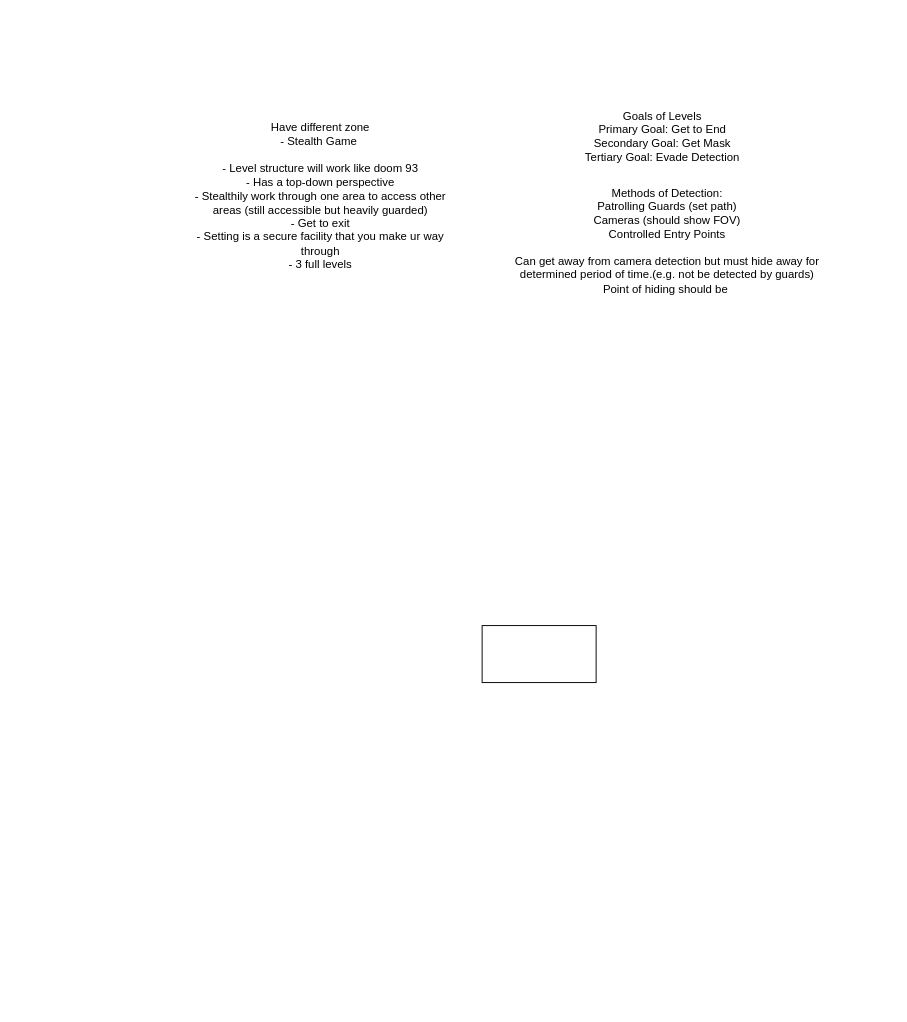
Before: Comp Diagram.drawio in TheTagRapper/GGGJ-26-tagrap, a draw.io diagram. Source tidied: cells renumbered, new cells numbered last; positions are measured from the earlier drawing's top-left corner, leaving out a move shared by most shapes. Both pictures are drawn from the tidied source at 95%, with x=0, y=0 at pixel (187, 84).
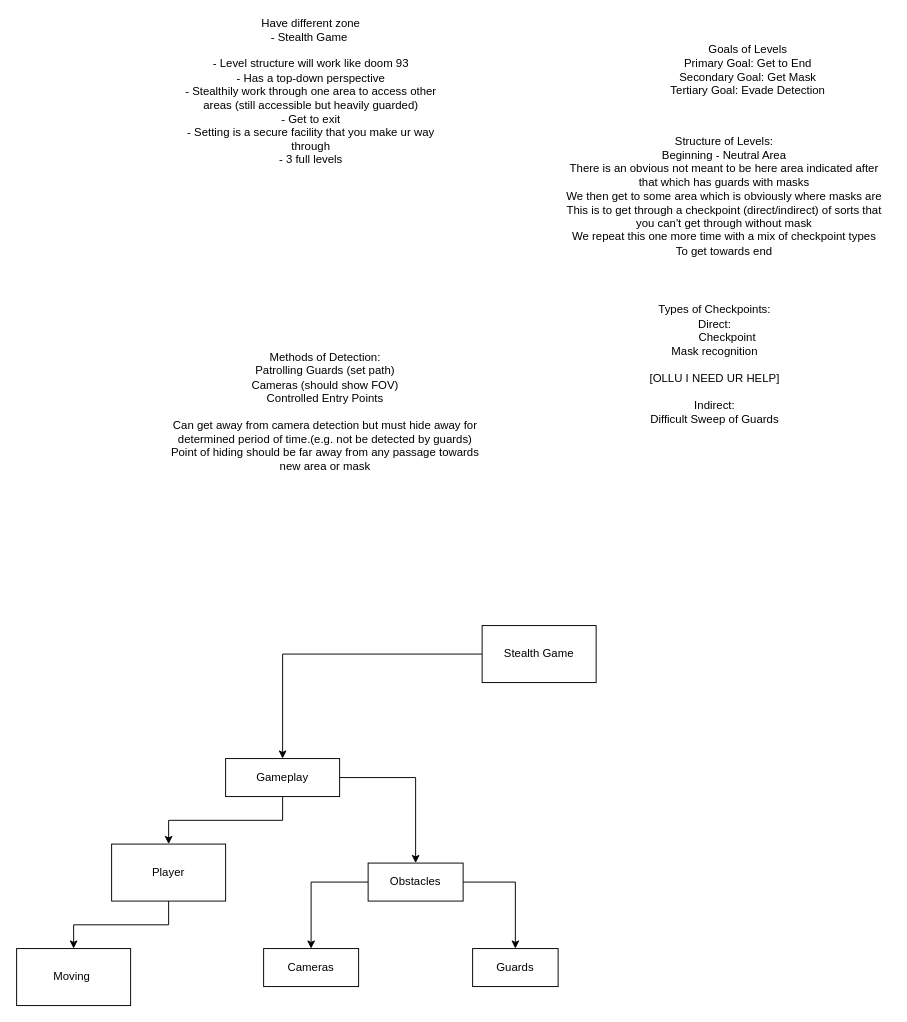
The same diagram, later.

Commit message:
Started Decomp Diagram

What changed in the source:
```diff
@@
 <mxGraphModel>
   <root>
     <mxCell id="0" />
     <mxCell id="1" parent="0" />
+    <mxCell id="6" style="edgeStyle=orthogonalEdgeStyle;rounded=0;jettySize=auto;html=1;" parent="1" edge="1" source="2" target="11">
+      <mxGeometry relative="1" as="geometry" />
+    </mxCell>
-    <mxCell id="2" style="rounded=0;whiteSpace=wrap;html=1;" parent="1" vertex="1">
+    <mxCell id="2" value="Stealth Game" style="rounded=0;whiteSpace=wrap;html=1;" parent="1" vertex="1">
       <mxGeometry x="310" y="570" width="120" height="60" as="geometry" />
     </mxCell>
     <mxCell id="3" value="&lt;div&gt;Have different zone&lt;/div&gt;&lt;div&gt;- Stealth Game&amp;nbsp;&lt;/div&gt;&lt;div&gt;&lt;br&gt;&lt;/div&gt;&lt;div&gt;- Level structure will work like doom 93&lt;/div&gt;&lt;div&gt;- Has a top-down perspective&lt;/div&gt;&lt;div&gt;- Stealthily work through one area to access other areas (still accessible but heavily guarded)&lt;/div&gt;&lt;div&gt;- Get to exit&lt;/div&gt;&lt;div&gt;- Setting is a secure facility that you make ur way through&lt;/div&gt;&lt;div&gt;- 3 full levels&lt;/div&gt;&lt;div&gt;&lt;br&gt;&lt;/div&gt;" style="text;html=1;whiteSpace=wrap;strokeColor=none;fillColor=none;align=center;verticalAlign=middle;rounded=0;" parent="1" vertex="1">
-      <mxGeometry y="40" width="280" height="170" as="geometry" />
+      <mxGeometry x="-10" y="-70" width="280" height="170" as="geometry" />
     </mxCell>
     <mxCell id="4" value="&lt;div&gt;Goals of Levels&lt;/div&gt;&lt;div&gt;Primary Goal: Get to End&lt;/div&gt;&lt;div&gt;Secondary Goal: Get Mask&lt;/div&gt;&lt;div&gt;Tertiary Goal: Evade Detection&lt;/div&gt;" style="text;html=1;whiteSpace=wrap;strokeColor=none;fillColor=none;align=center;verticalAlign=middle;rounded=0;" parent="1" vertex="1">
-      <mxGeometry x="380" width="240" height="110" as="geometry" />
+      <mxGeometry x="470" y="-70" width="240" height="110" as="geometry" />
     </mxCell>
-    <mxCell id="5" value="&lt;div&gt;Methods of Detection:&lt;/div&gt;&lt;div&gt;Patrolling Guards (set path)&lt;/div&gt;&lt;div&gt;Cameras (should show FOV)&lt;/div&gt;&lt;div&gt;Controlled Entry Points&lt;/div&gt;&lt;div&gt;&lt;br&gt;&lt;/div&gt;&lt;div&gt;Can get away from camera detection but must hide away for determined period of time.(e.g. not be detected by guards)&lt;/div&gt;&lt;div&gt;Point of hiding should be&amp;nbsp;&lt;/div&gt;" style="text;html=1;whiteSpace=wrap;strokeColor=none;fillColor=none;align=center;verticalAlign=middle;rounded=0;" parent="1" vertex="1">
-      <mxGeometry x="330" y="150" width="350" height="30" as="geometry" />
+    <mxCell id="5" value="&lt;div&gt;Methods of Detection:&lt;/div&gt;&lt;div&gt;Patrolling Guards (set path)&lt;/div&gt;&lt;div&gt;Cameras (should show FOV)&lt;/div&gt;&lt;div&gt;Controlled Entry Points&lt;/div&gt;&lt;div&gt;&lt;br&gt;&lt;/div&gt;&lt;div&gt;Can get away from camera detection but must hide away for determined period of time.(e.g. not be detected by guards)&lt;/div&gt;&lt;div&gt;Point of hiding should be far away from any passage towards new area or mask&lt;/div&gt;" style="text;html=1;whiteSpace=wrap;strokeColor=none;fillColor=none;align=center;verticalAlign=middle;rounded=0;" parent="1" vertex="1">
+      <mxGeometry x="-30" y="330" width="350" height="30" as="geometry" />
     </mxCell>
+    <mxCell id="7" value="&lt;div&gt;Structure of Levels:&lt;/div&gt;&lt;div&gt;Beginning - Neutral Area&lt;/div&gt;&lt;div&gt;There is an obvious not meant to be here area indicated after that which has guards with masks&lt;/div&gt;&lt;div&gt;We then get to some area which is obviously where masks are&lt;/div&gt;&lt;div&gt;This is to get through a checkpoint (direct/indirect) of sorts that you can't get through without mask&lt;/div&gt;&lt;div&gt;We repeat this one more time with a mix of checkpoint types&lt;/div&gt;&lt;div&gt;To get towards end&lt;/div&gt;&lt;div&gt;&lt;br&gt;&lt;/div&gt;" style="text;html=1;whiteSpace=wrap;strokeColor=none;fillColor=none;align=center;verticalAlign=middle;rounded=0;" parent="1" vertex="1">
+      <mxGeometry x="390" y="100" width="350" height="50" as="geometry" />
+    </mxCell>
+    <mxCell id="8" value="&lt;div&gt;Types of Checkpoints:&lt;/div&gt;&lt;div&gt;Direct:&lt;/div&gt;&lt;div&gt;&lt;span style=&quot;white-space: pre;&quot;&gt;&#9;&lt;/span&gt;Checkpoint&lt;/div&gt;&lt;div&gt;Mask recognition&lt;/div&gt;&lt;div&gt;&lt;br&gt;&lt;/div&gt;&lt;div&gt;[OLLU I NEED UR HELP]&lt;/div&gt;&lt;div&gt;&lt;br&gt;&lt;/div&gt;&lt;div&gt;Indirect:&lt;/div&gt;&lt;div&gt;Difficult Sweep of Guards&lt;/div&gt;&lt;div&gt;&lt;br&gt;&lt;/div&gt;&lt;div&gt;&lt;br&gt;&lt;/div&gt;" style="text;html=1;whiteSpace=wrap;strokeColor=none;fillColor=none;align=center;verticalAlign=middle;rounded=0;" parent="1" vertex="1">
+      <mxGeometry x="450" y="260" width="210" height="100" as="geometry" />
+    </mxCell>
+    <mxCell id="9" style="edgeStyle=orthogonalEdgeStyle;rounded=0;jettySize=auto;html=1;" parent="1" edge="1" source="11" target="13">
+      <mxGeometry relative="1" as="geometry" />
+    </mxCell>
+    <mxCell id="10" style="edgeStyle=orthogonalEdgeStyle;rounded=0;jettySize=auto;html=1;" parent="1" edge="1" source="11" target="17">
+      <mxGeometry relative="1" as="geometry" />
+    </mxCell>
+    <mxCell id="11" value="Gameplay" style="whiteSpace=wrap;html=1;rounded=0;" parent="1" vertex="1">
+      <mxGeometry x="40" y="710" width="120" height="40" as="geometry" />
+    </mxCell>
+    <mxCell id="12" style="edgeStyle=orthogonalEdgeStyle;rounded=0;jettySize=auto;html=1;" parent="1" edge="1" source="13" target="14">
+      <mxGeometry relative="1" as="geometry" />
+    </mxCell>
+    <mxCell id="13" value="Player" style="whiteSpace=wrap;html=1;rounded=0;" parent="1" vertex="1">
+      <mxGeometry x="-80" y="800" width="120" height="60" as="geometry" />
+    </mxCell>
+    <mxCell id="14" value="Moving&amp;nbsp;" style="whiteSpace=wrap;html=1;rounded=0;" parent="1" vertex="1">
+      <mxGeometry x="-180" y="910" width="120" height="60" as="geometry" />
+    </mxCell>
+    <mxCell id="15" style="edgeStyle=orthogonalEdgeStyle;rounded=0;jettySize=auto;html=1;" parent="1" edge="1" source="17" target="18">
+      <mxGeometry relative="1" as="geometry" />
+    </mxCell>
+    <mxCell id="16" style="edgeStyle=orthogonalEdgeStyle;rounded=0;jettySize=auto;html=1;" parent="1" edge="1" source="17" target="19">
+      <mxGeometry relative="1" as="geometry" />
+    </mxCell>
+    <mxCell id="17" value="Obstacles" style="whiteSpace=wrap;html=1;rounded=0;" parent="1" vertex="1">
+      <mxGeometry x="190" y="820" width="100" height="40" as="geometry" />
+    </mxCell>
+    <mxCell id="18" value="Cameras" style="whiteSpace=wrap;html=1;rounded=0;" parent="1" vertex="1">
+      <mxGeometry x="80" y="910" width="100" height="40" as="geometry" />
+    </mxCell>
+    <mxCell id="19" value="Guards" style="whiteSpace=wrap;html=1;rounded=0;" parent="1" vertex="1">
+      <mxGeometry x="300" y="910" width="90" height="40" as="geometry" />
+    </mxCell>
   </root>
 </mxGraphModel>
```
